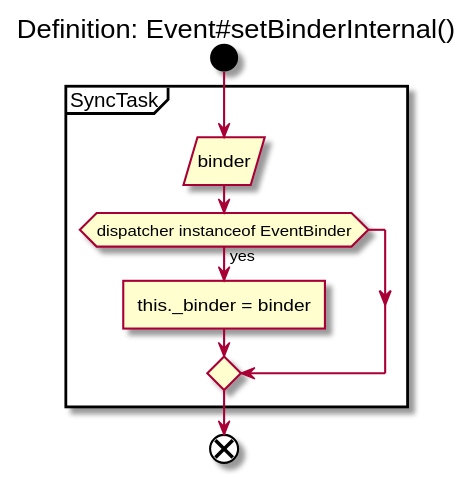
Earlier version of the PlantUML export _uml/svg/EventTargetAPI/Definition_Event.setBinderInternal.svg (imazzine/imazzine.github.io).
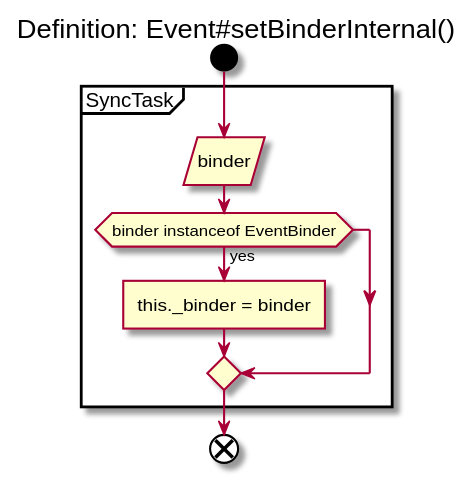
After the commit.

The edit, as a diff of the source:
```diff
@@ -4,7 +4,7 @@
     start
         partition SyncTask {
             :binder/
-            if (dispatcher instanceof EventBinder) then (yes)
+            if (binder instanceof EventBinder) then (yes)
                 :this._binder = binder]
             endif
         }
```
